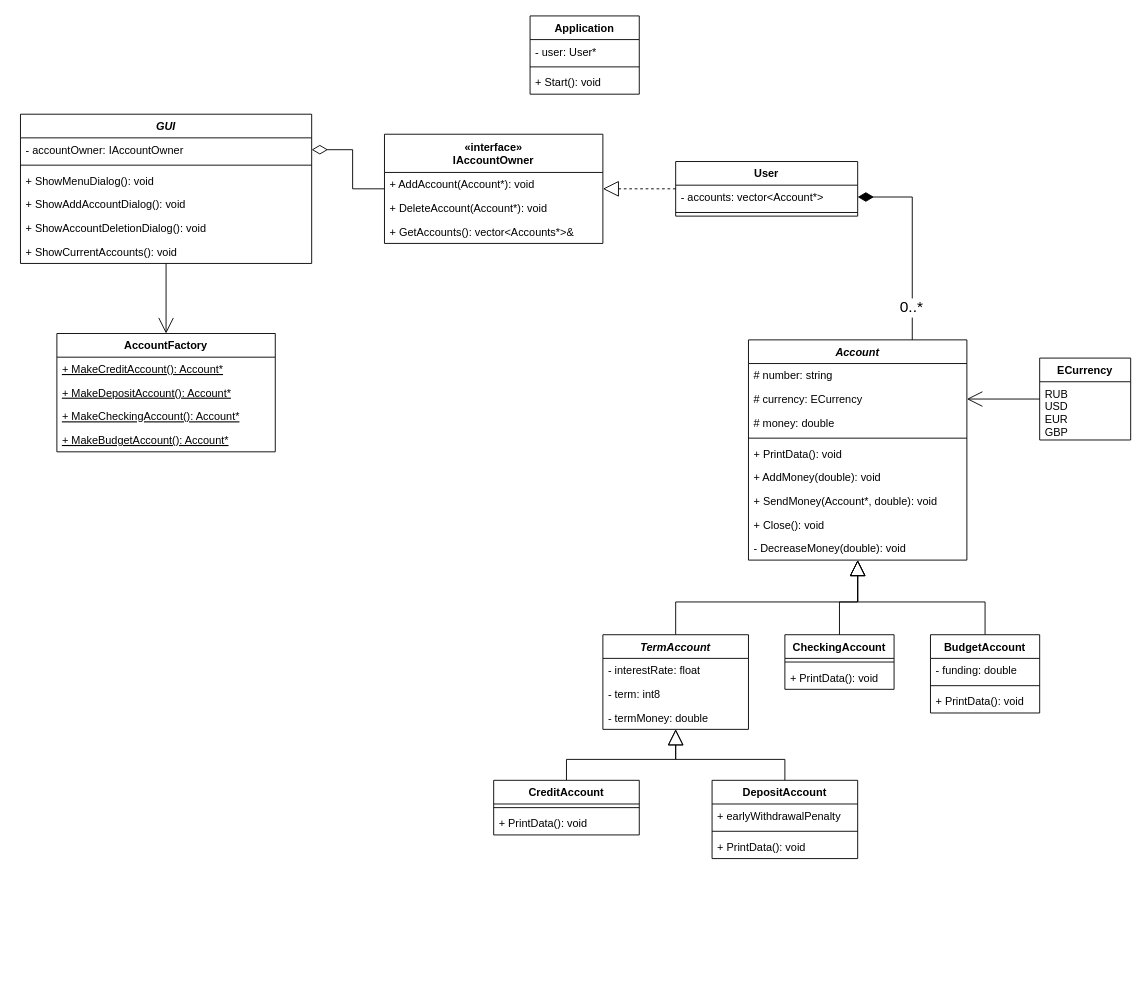
Above: Architecture.drawio in Gradess2019/BankAccountSystem (draw.io), before the change. Source tidied: cells renumbered, new cells numbered last; positions are measured from the earlier drawing's top-left corner, leaving out a move shared by most shapes. Both pictures are drawn from the tidied source at 91%, with x=0, y=0 at pixel (20, 15).
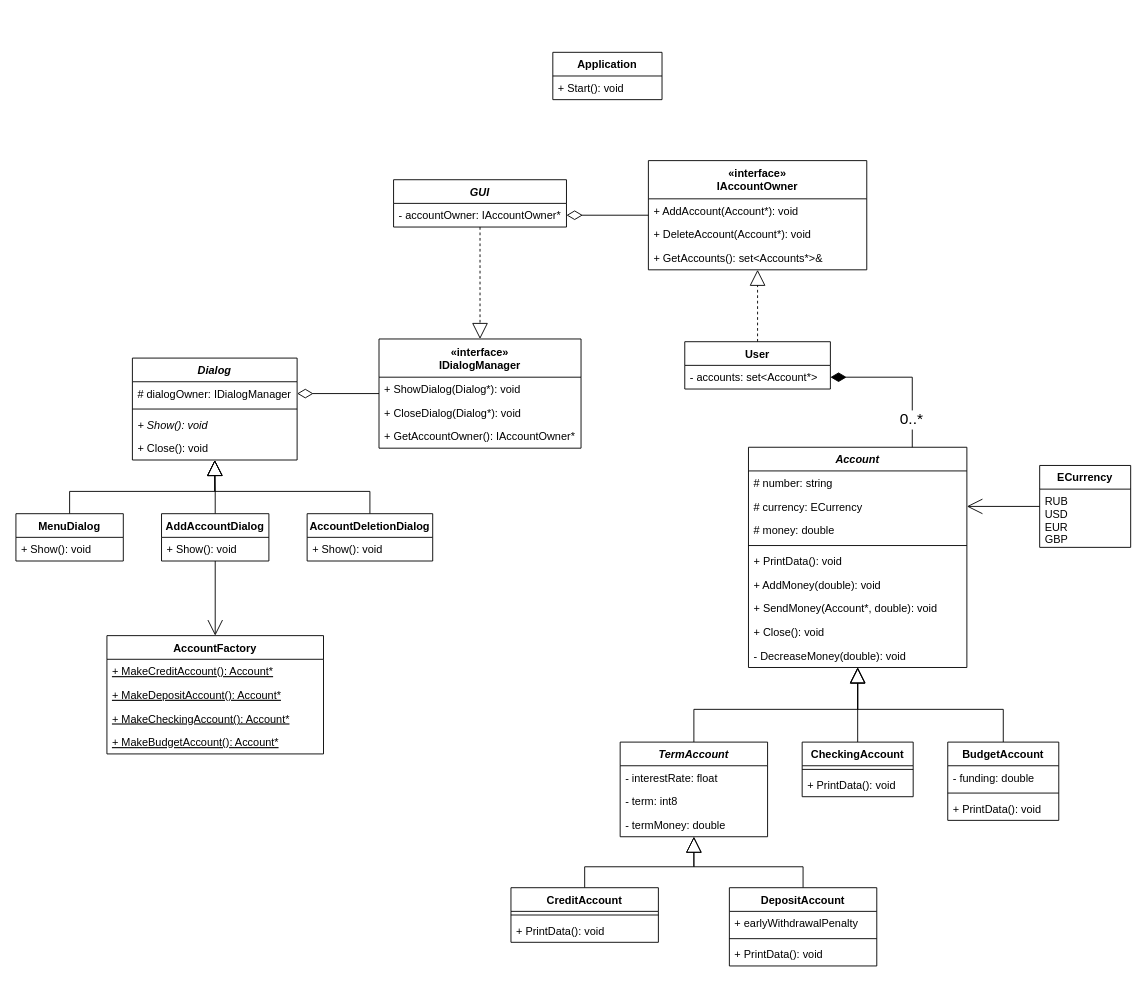
The same page after the edit.

Diff of the diagram source:
```diff
@@
-    <mxCell id="2" style="edgeStyle=orthogonalEdgeStyle;rounded=0;jettySize=auto;html=1;entryX=1;entryY=0.5;entryDx=0;entryDy=0;endArrow=block;endFill=0;fontSize=17;endSize=15;dashed=1;exitX=0;exitY=0.5;exitDx=0;exitDy=0;" parent="1" edge="1" source="3" target="62">
+    <mxCell id="2" style="edgeStyle=orthogonalEdgeStyle;rounded=0;jettySize=auto;html=1;endArrow=block;endFill=0;fontSize=17;endSize=15;dashed=1;exitX=0.5;exitY=0;exitDx=0;exitDy=0;entryX=0.5;entryY=1;entryDx=0;entryDy=0;" parent="1" edge="1" source="3" target="62">
       <mxGeometry relative="1" as="geometry" />
     </mxCell>
     <mxCell id="3" value="User" style="swimlane;fontStyle=1;align=center;verticalAlign=top;horizontal=1;startSize=26;" parent="1" vertex="1">
-      <mxGeometry x="720" y="160" width="200" height="60" as="geometry" />
+      <mxGeometry x="730" y="358" width="160" height="52" as="geometry" />
     </mxCell>
-    <mxCell id="4" value="- accounts: vector&lt;Account*&gt;" style="text;strokeColor=none;fillColor=none;align=left;verticalAlign=top;spacingLeft=4;spacingRight=4;overflow=hidden;points=[[0,0.5],[1,0.5]];portConstraint=eastwest;" parent="3" vertex="1">
-      <mxGeometry y="26" width="200" height="26" as="geometry" />
+    <mxCell id="4" value="- accounts: set&lt;Account*&gt;" style="text;strokeColor=none;fillColor=none;align=left;verticalAlign=top;spacingLeft=4;spacingRight=4;overflow=hidden;points=[[0,0.5],[1,0.5]];portConstraint=eastwest;" parent="3" vertex="1">
+      <mxGeometry y="26" width="160" height="26" as="geometry" />
     </mxCell>
-    <mxCell id="5" style="line;strokeWidth=1;fillColor=none;align=left;verticalAlign=middle;spacingTop=-1;spacingLeft=3;spacingRight=3;labelPosition=right;" parent="3" vertex="1">
-      <mxGeometry y="52" width="200" height="8" as="geometry" />
-    </mxCell>
@@
-    <mxCell id="7" style="edgeStyle=orthogonalEdgeStyle;rounded=0;jettySize=auto;html=1;exitX=0.5;exitY=1;exitDx=0;exitDy=0;endArrow=open;endFill=0;endSize=15;fontSize=17;" parent="1" edge="1" source="8" target="57">
-      <mxGeometry relative="1" as="geometry" />
-    </mxCell>
     <mxCell id="8" value="GUI" style="swimlane;fontStyle=3;align=center;verticalAlign=top;horizontal=1;startSize=26;" parent="1" vertex="1">
-      <mxGeometry y="108" width="320" height="164" as="geometry" />
+      <mxGeometry x="410" y="180" width="190" height="52" as="geometry" />
     </mxCell>
-    <mxCell id="9" value="- accountOwner: IAccountOwner" style="text;strokeColor=none;fillColor=none;align=left;verticalAlign=top;spacingLeft=4;spacingRight=4;overflow=hidden;points=[[0,0.5],[1,0.5]];portConstraint=eastwest;" parent="8" vertex="1">
-      <mxGeometry y="26" width="320" height="26" as="geometry" />
+    <mxCell id="9" value="- accountOwner: IAccountOwner*" style="text;strokeColor=none;fillColor=none;align=left;verticalAlign=top;spacingLeft=4;spacingRight=4;overflow=hidden;points=[[0,0.5],[1,0.5]];portConstraint=eastwest;" parent="8" vertex="1">
+      <mxGeometry y="26" width="190" height="26" as="geometry" />
     </mxCell>
-    <mxCell id="10" style="line;strokeWidth=1;fillColor=none;align=left;verticalAlign=middle;spacingTop=-1;spacingLeft=3;spacingRight=3;labelPosition=right;" parent="8" vertex="1">
-      <mxGeometry y="52" width="320" height="8" as="geometry" />
-    </mxCell>
-    <mxCell id="11" value="+ ShowMenuDialog(): void" style="text;strokeColor=none;fillColor=none;align=left;verticalAlign=top;spacingLeft=4;spacingRight=4;overflow=hidden;" parent="8" vertex="1">
-      <mxGeometry y="60" width="320" height="26" as="geometry" />
-    </mxCell>
-    <mxCell id="12" value="+ ShowAddAccountDialog(): void" style="text;strokeColor=none;fillColor=none;align=left;verticalAlign=top;spacingLeft=4;spacingRight=4;overflow=hidden;" parent="8" vertex="1">
-      <mxGeometry y="86" width="320" height="26" as="geometry" />
-    </mxCell>
-    <mxCell id="13" value="+ ShowAccountDeletionDialog(): void" style="text;strokeColor=none;fillColor=none;align=left;verticalAlign=top;spacingLeft=4;spacingRight=4;overflow=hidden;" parent="8" vertex="1">
-      <mxGeometry y="112" width="320" height="26" as="geometry" />
-    </mxCell>
-    <mxCell id="14" value="+ ShowCurrentAccounts(): void" style="text;strokeColor=none;fillColor=none;align=left;verticalAlign=top;spacingLeft=4;spacingRight=4;overflow=hidden;" parent="8" vertex="1">
-      <mxGeometry y="138" width="320" height="26" as="geometry" />
-    </mxCell>
     <mxCell id="15" value="Account" style="swimlane;fontStyle=3;align=center;verticalAlign=top;horizontal=1;startSize=26;" parent="1" vertex="1">
-      <mxGeometry x="800" y="356" width="240" height="242" as="geometry" />
+      <mxGeometry x="800" y="474" width="240" height="242" as="geometry" />
     </mxCell>
@@
     <mxCell id="26" value="ECurrency" style="swimlane;fontStyle=1;align=center;verticalAlign=top;horizontal=1;startSize=26;" parent="1" vertex="1">
-      <mxGeometry x="1120" y="376" width="100" height="90" as="geometry" />
+      <mxGeometry x="1120" y="494" width="100" height="90" as="geometry" />
     </mxCell>
@@
     <mxCell id="30" value="Application" style="swimlane;fontStyle=1;align=center;verticalAlign=top;horizontal=1;startSize=26;" parent="1" vertex="1">
-      <mxGeometry x="560" width="120" height="86" as="geometry" />
+      <mxGeometry x="585" y="40" width="120" height="52" as="geometry" />
     </mxCell>
-    <mxCell id="31" value="- user: User*" style="text;strokeColor=none;fillColor=none;align=left;verticalAlign=top;spacingLeft=4;spacingRight=4;overflow=hidden;" parent="30" vertex="1">
-      <mxGeometry y="26" width="120" height="26" as="geometry" />
-    </mxCell>
-    <mxCell id="32" style="line;strokeWidth=1;fillColor=none;align=left;verticalAlign=middle;spacingTop=-1;spacingLeft=3;spacingRight=3;labelPosition=right;" parent="30" vertex="1">
-      <mxGeometry y="52" width="120" height="8" as="geometry" />
-    </mxCell>
     <mxCell id="33" value="+ Start(): void" style="text;strokeColor=none;fillColor=none;align=left;verticalAlign=top;spacingLeft=4;spacingRight=4;overflow=hidden;" parent="30" vertex="1">
-      <mxGeometry y="60" width="120" height="26" as="geometry" />
+      <mxGeometry y="26" width="120" height="26" as="geometry" />
     </mxCell>
@@
     <mxCell id="35" value="CreditAccount" style="swimlane;fontStyle=1;align=center;verticalAlign=top;horizontal=1;startSize=26;" parent="1" vertex="1">
-      <mxGeometry x="520" y="840" width="160" height="60" as="geometry" />
+      <mxGeometry x="539" y="958" width="162" height="60" as="geometry" />
     </mxCell>
     <mxCell id="36" style="line;strokeWidth=1;fillColor=none;align=left;verticalAlign=middle;spacingTop=-1;spacingLeft=3;spacingRight=3;labelPosition=right;" parent="35" vertex="1">
-      <mxGeometry y="26" width="160" height="8" as="geometry" />
+      <mxGeometry y="26" width="162" height="8" as="geometry" />
     </mxCell>
     <mxCell id="37" value="+ PrintData(): void" style="text;strokeColor=none;fillColor=none;align=left;verticalAlign=top;spacingLeft=4;spacingRight=4;overflow=hidden;" parent="35" vertex="1">
-      <mxGeometry y="34" width="160" height="26" as="geometry" />
+      <mxGeometry y="34" width="162" height="26" as="geometry" />
     </mxCell>
@@
     <mxCell id="39" value="CheckingAccount" style="swimlane;fontStyle=1;align=center;verticalAlign=top;horizontal=1;startSize=26;" parent="1" vertex="1">
-      <mxGeometry x="840" y="680" width="120" height="60" as="geometry" />
+      <mxGeometry x="859" y="798" width="122" height="60" as="geometry" />
     </mxCell>
     <mxCell id="40" style="line;strokeWidth=1;fillColor=none;align=left;verticalAlign=middle;spacingTop=-1;spacingLeft=3;spacingRight=3;labelPosition=right;" parent="39" vertex="1">
-      <mxGeometry y="26" width="120" height="8" as="geometry" />
+      <mxGeometry y="26" width="122" height="8" as="geometry" />
     </mxCell>
     <mxCell id="41" value="+ PrintData(): void" style="text;strokeColor=none;fillColor=none;align=left;verticalAlign=top;spacingLeft=4;spacingRight=4;overflow=hidden;" parent="39" vertex="1">
-      <mxGeometry y="34" width="120" height="26" as="geometry" />
+      <mxGeometry y="34" width="122" height="26" as="geometry" />
     </mxCell>
@@
     <mxCell id="43" value="DepositAccount" style="swimlane;fontStyle=1;align=center;verticalAlign=top;horizontal=1;startSize=26;" parent="1" vertex="1">
-      <mxGeometry x="760" y="840" width="160" height="86" as="geometry" />
+      <mxGeometry x="779" y="958" width="162" height="86" as="geometry" />
     </mxCell>
     <mxCell id="44" value="+ earlyWithdrawalPenalty" style="text;strokeColor=none;fillColor=none;align=left;verticalAlign=top;spacingLeft=4;spacingRight=4;overflow=hidden;" parent="43" vertex="1">
-      <mxGeometry y="26" width="160" height="26" as="geometry" />
+      <mxGeometry y="26" width="162" height="26" as="geometry" />
     </mxCell>
     <mxCell id="45" style="line;strokeWidth=1;fillColor=none;align=left;verticalAlign=middle;spacingTop=-1;spacingLeft=3;spacingRight=3;labelPosition=right;" parent="43" vertex="1">
-      <mxGeometry y="52" width="160" height="8" as="geometry" />
+      <mxGeometry y="52" width="162" height="8" as="geometry" />
     </mxCell>
     <mxCell id="46" value="+ PrintData(): void" style="text;strokeColor=none;fillColor=none;align=left;verticalAlign=top;spacingLeft=4;spacingRight=4;overflow=hidden;" parent="43" vertex="1">
-      <mxGeometry y="60" width="160" height="26" as="geometry" />
+      <mxGeometry y="60" width="162" height="26" as="geometry" />
     </mxCell>
@@
     <mxCell id="48" value="TermAccount" style="swimlane;fontStyle=3;align=center;verticalAlign=top;horizontal=1;startSize=26;" parent="1" vertex="1">
-      <mxGeometry x="640" y="680" width="160" height="104" as="geometry" />
+      <mxGeometry x="659" y="798" width="162" height="104" as="geometry" />
     </mxCell>
     <mxCell id="49" value="- interestRate: float" style="text;strokeColor=none;fillColor=none;align=left;verticalAlign=top;spacingLeft=4;spacingRight=4;overflow=hidden;" parent="48" vertex="1">
-      <mxGeometry y="26" width="160" height="26" as="geometry" />
+      <mxGeometry y="26" width="162" height="26" as="geometry" />
     </mxCell>
     <mxCell id="50" value="- term: int8" style="text;strokeColor=none;fillColor=none;align=left;verticalAlign=top;spacingLeft=4;spacingRight=4;overflow=hidden;" parent="48" vertex="1">
-      <mxGeometry y="52" width="160" height="26" as="geometry" />
+      <mxGeometry y="52" width="162" height="26" as="geometry" />
     </mxCell>
     <mxCell id="51" value="- termMoney: double" style="text;strokeColor=none;fillColor=none;align=left;verticalAlign=top;spacingLeft=4;spacingRight=4;overflow=hidden;" parent="48" vertex="1">
-      <mxGeometry y="78" width="160" height="26" as="geometry" />
+      <mxGeometry y="78" width="162" height="26" as="geometry" />
     </mxCell>
@@
     <mxCell id="53" value="BudgetAccount" style="swimlane;fontStyle=1;align=center;verticalAlign=top;horizontal=1;startSize=26;" parent="1" vertex="1">
-      <mxGeometry x="1000" y="680" width="120" height="86" as="geometry" />
+      <mxGeometry x="1019" y="798" width="122" height="86" as="geometry" />
     </mxCell>
     <mxCell id="54" value="- funding: double" style="text;strokeColor=none;fillColor=none;align=left;verticalAlign=top;spacingLeft=4;spacingRight=4;overflow=hidden;" parent="53" vertex="1">
-      <mxGeometry y="26" width="120" height="26" as="geometry" />
+      <mxGeometry y="26" width="122" height="26" as="geometry" />
     </mxCell>
     <mxCell id="55" style="line;strokeWidth=1;fillColor=none;align=left;verticalAlign=middle;spacingTop=-1;spacingLeft=3;spacingRight=3;labelPosition=right;" parent="53" vertex="1">
-      <mxGeometry y="52" width="120" height="8" as="geometry" />
+      <mxGeometry y="52" width="122" height="8" as="geometry" />
     </mxCell>
     <mxCell id="56" value="+ PrintData(): void" style="text;strokeColor=none;fillColor=none;align=left;verticalAlign=top;spacingLeft=4;spacingRight=4;overflow=hidden;" parent="53" vertex="1">
-      <mxGeometry y="60" width="120" height="26" as="geometry" />
+      <mxGeometry y="60" width="122" height="26" as="geometry" />
     </mxCell>
     <mxCell id="57" value="AccountFactory" style="swimlane;fontStyle=1;align=center;verticalAlign=top;horizontal=1;startSize=26;" parent="1" vertex="1">
-      <mxGeometry x="40" y="349" width="240" height="130" as="geometry" />
+      <mxGeometry x="95" y="681" width="238" height="130" as="geometry" />
     </mxCell>
     <mxCell id="58" value="+ MakeCreditAccount(): Account*" style="text;strokeColor=none;fillColor=none;align=left;verticalAlign=top;spacingLeft=4;spacingRight=4;overflow=hidden;fontStyle=4;" parent="57" vertex="1">
-      <mxGeometry y="26" width="240" height="26" as="geometry" />
+      <mxGeometry y="26" width="238" height="26" as="geometry" />
     </mxCell>
     <mxCell id="59" value="+ MakeDepositAccount(): Account*" style="text;strokeColor=none;fillColor=none;align=left;verticalAlign=top;spacingLeft=4;spacingRight=4;overflow=hidden;fontStyle=4;" parent="57" vertex="1">
-      <mxGeometry y="52" width="240" height="26" as="geometry" />
+      <mxGeometry y="52" width="238" height="26" as="geometry" />
     </mxCell>
     <mxCell id="60" value="+ MakeCheckingAccount(): Account*" style="text;strokeColor=none;fillColor=none;align=left;verticalAlign=top;spacingLeft=4;spacingRight=4;overflow=hidden;fontStyle=4;" parent="57" vertex="1">
-      <mxGeometry y="78" width="240" height="26" as="geometry" />
+      <mxGeometry y="78" width="238" height="26" as="geometry" />
     </mxCell>
     <mxCell id="61" value="+ MakeBudgetAccount(): Account*" style="text;strokeColor=none;fillColor=none;align=left;verticalAlign=top;spacingLeft=4;spacingRight=4;overflow=hidden;fontStyle=4;" parent="57" vertex="1">
-      <mxGeometry y="104" width="240" height="26" as="geometry" />
+      <mxGeometry y="104" width="238" height="26" as="geometry" />
     </mxCell>
     <mxCell id="62" value="«interface»&#10;IAccountOwner" style="swimlane;fontStyle=1;align=center;verticalAlign=middle;horizontal=1;startSize=42;" parent="1" vertex="1">
-      <mxGeometry x="400" y="130" width="240" height="120" as="geometry" />
+      <mxGeometry x="690" y="159" width="240" height="120" as="geometry" />
     </mxCell>
@@
-    <mxCell id="65" value="+ GetAccounts(): vector&lt;Accounts*&gt;&amp;" style="text;strokeColor=none;fillColor=none;align=left;verticalAlign=top;spacingLeft=4;spacingRight=4;overflow=hidden;" parent="62" vertex="1">
+    <mxCell id="65" value="+ GetAccounts(): set&lt;Accounts*&gt;&amp;" style="text;strokeColor=none;fillColor=none;align=left;verticalAlign=top;spacingLeft=4;spacingRight=4;overflow=hidden;" parent="62" vertex="1">
       <mxGeometry y="94" width="240" height="26" as="geometry" />
     </mxCell>
+    <mxCell id="66" value="Dialog" style="swimlane;fontStyle=3;align=center;verticalAlign=top;horizontal=1;startSize=26;" parent="1" vertex="1">
+      <mxGeometry x="123" y="376" width="181" height="112" as="geometry" />
+    </mxCell>
+    <mxCell id="67" value="# dialogOwner: IDialogManager" style="text;strokeColor=none;fillColor=none;align=left;verticalAlign=top;spacingLeft=4;spacingRight=4;overflow=hidden;points=[[0,0.5],[1,0.5]];portConstraint=eastwest;" parent="66" vertex="1">
+      <mxGeometry y="26" width="181" height="26" as="geometry" />
+    </mxCell>
+    <mxCell id="68" style="line;strokeWidth=1;fillColor=none;align=left;verticalAlign=middle;spacingTop=-1;spacingLeft=3;spacingRight=3;labelPosition=right;" parent="66" vertex="1">
+      <mxGeometry y="52" width="181" height="8" as="geometry" />
+    </mxCell>
+    <mxCell id="69" value="+ Show(): void" style="text;strokeColor=none;fillColor=none;align=left;verticalAlign=top;spacingLeft=4;spacingRight=4;overflow=hidden;fontStyle=2;" parent="66" vertex="1">
+      <mxGeometry y="60" width="181" height="26" as="geometry" />
+    </mxCell>
+    <mxCell id="70" value="+ Close(): void" style="text;strokeColor=none;fillColor=none;align=left;verticalAlign=top;spacingLeft=4;spacingRight=4;overflow=hidden;fontStyle=0;" parent="66" vertex="1">
+      <mxGeometry y="86" width="181" height="26" as="geometry" />
+    </mxCell>
+    <mxCell id="71" style="edgeStyle=orthogonalEdgeStyle;rounded=0;jettySize=auto;html=1;exitX=0.5;exitY=0;exitDx=0;exitDy=0;entryX=0.5;entryY=1;entryDx=0;entryDy=0;endArrow=block;endFill=0;endSize=15;fontSize=17;" parent="1" edge="1" source="72" target="66">
+      <mxGeometry relative="1" as="geometry" />
+    </mxCell>
+    <mxCell id="72" value="MenuDialog" style="swimlane;fontStyle=1;align=center;verticalAlign=top;horizontal=1;startSize=26;" parent="1" vertex="1">
+      <mxGeometry x="-5" y="547" width="118" height="52" as="geometry" />
+    </mxCell>
+    <mxCell id="73" value="+ Show(): void" style="text;strokeColor=none;fillColor=none;align=left;verticalAlign=top;spacingLeft=4;spacingRight=4;overflow=hidden;" parent="72" vertex="1">
+      <mxGeometry y="26" width="118" height="26" as="geometry" />
+    </mxCell>
+    <mxCell id="74" style="edgeStyle=orthogonalEdgeStyle;rounded=0;jettySize=auto;html=1;exitX=0.5;exitY=0;exitDx=0;exitDy=0;endArrow=block;endFill=0;endSize=15;fontSize=17;" parent="1" edge="1" source="76" target="66">
+      <mxGeometry relative="1" as="geometry" />
+    </mxCell>
+    <mxCell id="75" style="edgeStyle=orthogonalEdgeStyle;rounded=0;jettySize=auto;html=1;exitX=0.5;exitY=1;exitDx=0;exitDy=0;entryX=0.5;entryY=0;entryDx=0;entryDy=0;endArrow=open;endFill=0;endSize=15;fontSize=17;" parent="1" edge="1" source="76" target="57">
+      <mxGeometry relative="1" as="geometry" />
+    </mxCell>
+    <mxCell id="76" value="AddAccountDialog" style="swimlane;fontStyle=1;align=center;verticalAlign=top;horizontal=1;startSize=26;" parent="1" vertex="1">
+      <mxGeometry x="155" y="547" width="118" height="52" as="geometry" />
+    </mxCell>
+    <mxCell id="77" value="+ Show(): void" style="text;strokeColor=none;fillColor=none;align=left;verticalAlign=top;spacingLeft=4;spacingRight=4;overflow=hidden;" parent="76" vertex="1">
+      <mxGeometry y="26" width="118" height="26" as="geometry" />
+    </mxCell>
+    <mxCell id="78" style="edgeStyle=orthogonalEdgeStyle;rounded=0;jettySize=auto;html=1;exitX=0.5;exitY=0;exitDx=0;exitDy=0;entryX=0.5;entryY=1;entryDx=0;entryDy=0;endArrow=block;endFill=0;endSize=15;fontSize=17;" parent="1" edge="1" source="79" target="66">
+      <mxGeometry relative="1" as="geometry" />
+    </mxCell>
+    <mxCell id="79" value="AccountDeletionDialog" style="swimlane;fontStyle=1;align=center;verticalAlign=top;horizontal=1;startSize=26;" parent="1" vertex="1">
+      <mxGeometry x="315" y="547" width="138" height="52" as="geometry" />
+    </mxCell>
+    <mxCell id="80" value="+ Show(): void" style="text;strokeColor=none;fillColor=none;align=left;verticalAlign=top;spacingLeft=4;spacingRight=4;overflow=hidden;" parent="79" vertex="1">
+      <mxGeometry y="26" width="138" height="26" as="geometry" />
+    </mxCell>
+    <mxCell id="81" style="edgeStyle=orthogonalEdgeStyle;rounded=0;jettySize=auto;html=1;exitX=0.5;exitY=1;exitDx=0;exitDy=0;entryX=0.5;entryY=0;entryDx=0;entryDy=0;endArrow=block;endFill=0;endSize=15;fontSize=17;dashed=1;" parent="1" edge="1" source="8" target="82">
+      <mxGeometry relative="1" as="geometry" />
+    </mxCell>
+    <mxCell id="82" value="«interface»&#10;IDialogManager" style="swimlane;fontStyle=1;align=center;verticalAlign=middle;horizontal=1;startSize=42;" parent="1" vertex="1">
+      <mxGeometry x="394" y="355" width="222" height="120" as="geometry" />
+    </mxCell>
+    <mxCell id="83" value="+ ShowDialog(Dialog*): void" style="text;strokeColor=none;fillColor=none;align=left;verticalAlign=top;spacingLeft=4;spacingRight=4;overflow=hidden;" parent="82" vertex="1">
+      <mxGeometry y="42" width="222" height="26" as="geometry" />
+    </mxCell>
+    <mxCell id="84" value="+ CloseDialog(Dialog*): void" style="text;strokeColor=none;fillColor=none;align=left;verticalAlign=top;spacingLeft=4;spacingRight=4;overflow=hidden;" parent="82" vertex="1">
+      <mxGeometry y="68" width="222" height="26" as="geometry" />
+    </mxCell>
+    <mxCell id="85" value="+ GetAccountOwner(): IAccountOwner*" style="text;strokeColor=none;fillColor=none;align=left;verticalAlign=top;spacingLeft=4;spacingRight=4;overflow=hidden;" parent="82" vertex="1">
+      <mxGeometry y="94" width="222" height="26" as="geometry" />
+    </mxCell>
+    <mxCell id="86" style="edgeStyle=orthogonalEdgeStyle;rounded=0;jettySize=auto;html=1;exitX=0;exitY=0.5;exitDx=0;exitDy=0;endArrow=diamondThin;endFill=0;endSize=15;fontSize=17;entryX=1;entryY=0.5;entryDx=0;entryDy=0;" parent="1" edge="1" source="82" target="67">
+      <mxGeometry relative="1" as="geometry" />
+    </mxCell>
```
